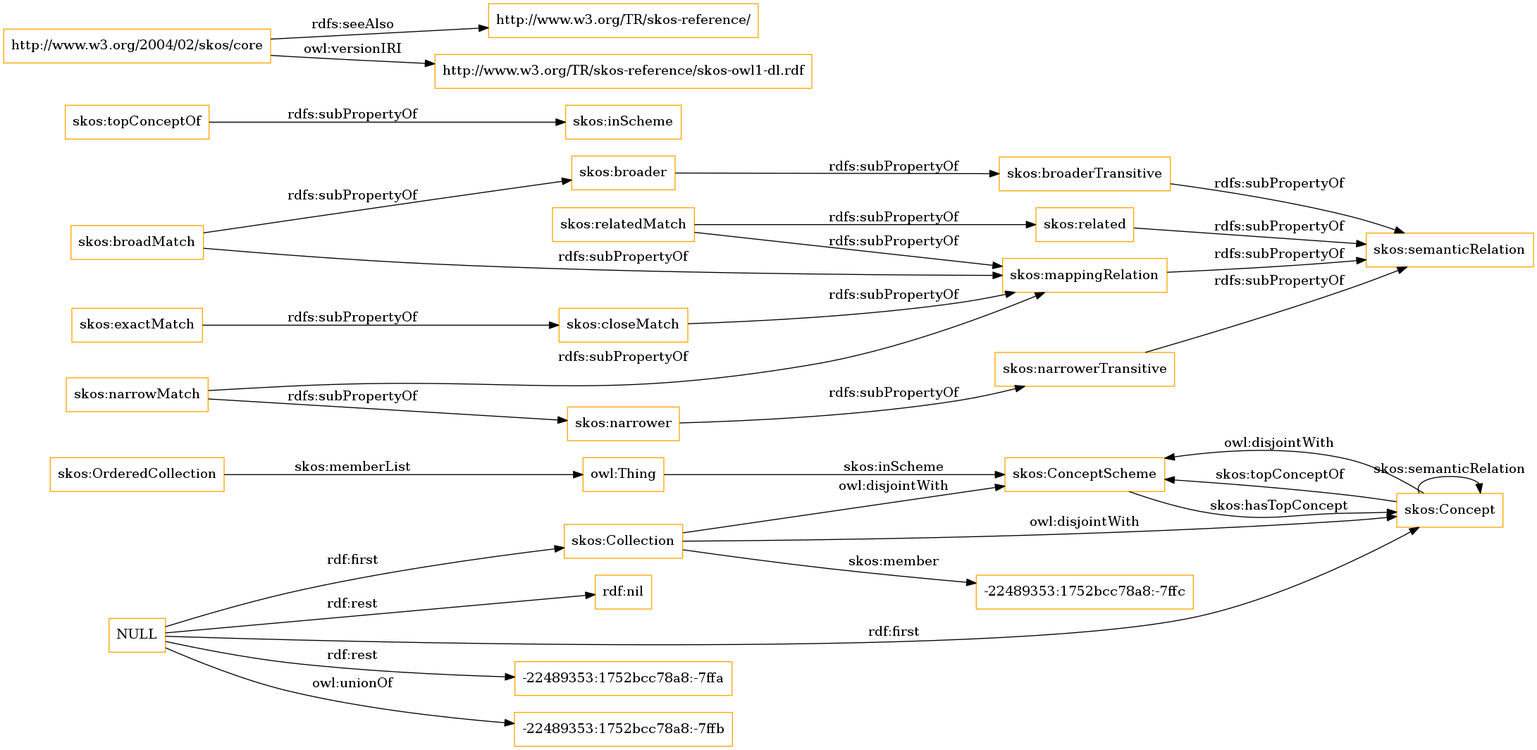
Above: OnToology/imports/skos.owl/diagrams/ar2dtool-class/skos.owl.png in OnToologyUser/core-ontology-1 (Graphviz), before the change. Its source is kept beside it as OnToology/imports/skos.owl/diagrams/ar2dtool-class/skos.owl.png.dot.
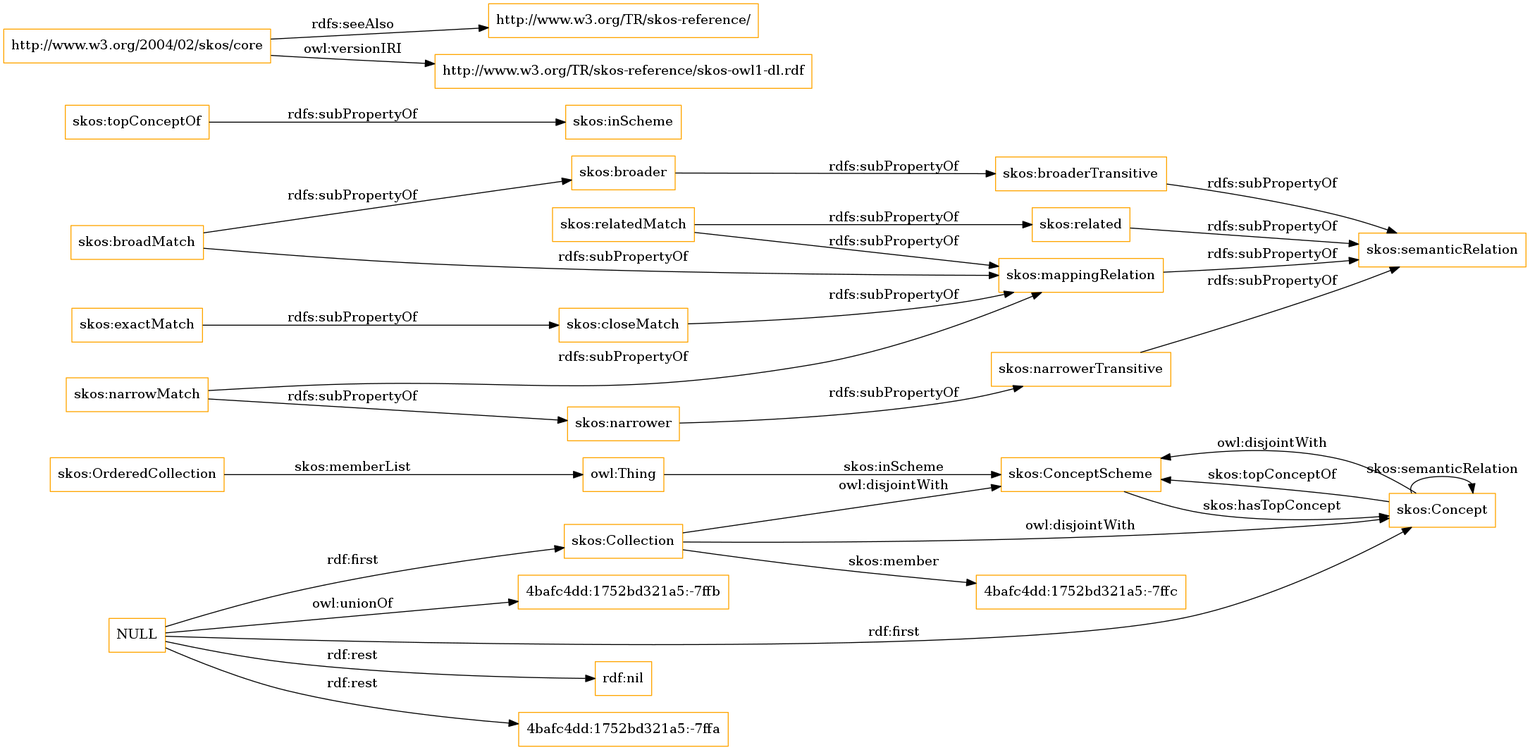
Later version of the same file.

The edit, as a diff of the source:
```diff
@@ -1,13 +1,13 @@
 digraph ar2dtool_diagram {
 rankdir=LR;
 size="1501"
-node [shape = rectangle, color="orange"]; "skos:OrderedCollection" "skos:ConceptScheme" "skos:Concept" "skos:Collection" "-22489353:1752bcc78a8:-7ffc" ; /*classes style*/
+node [shape = rectangle, color="orange"]; "skos:OrderedCollection" "skos:ConceptScheme" "skos:Concept" "skos:Collection" "4bafc4dd:1752bd321a5:-7ffc" ; /*classes style*/
 	"skos:narrowerTransitive" -> "skos:semanticRelation" [ label = "rdfs:subPropertyOf" ];
-	"NULL" -> "-22489353:1752bcc78a8:-7ffa" [ label = "rdf:rest" ];
-	"NULL" -> "skos:Collection" [ label = "rdf:first" ];
-	"NULL" -> "-22489353:1752bcc78a8:-7ffb" [ label = "owl:unionOf" ];
 	"NULL" -> "rdf:nil" [ label = "rdf:rest" ];
 	"NULL" -> "skos:Concept" [ label = "rdf:first" ];
+	"NULL" -> "4bafc4dd:1752bd321a5:-7ffa" [ label = "rdf:rest" ];
+	"NULL" -> "skos:Collection" [ label = "rdf:first" ];
+	"NULL" -> "4bafc4dd:1752bd321a5:-7ffb" [ label = "owl:unionOf" ];
 	"skos:closeMatch" -> "skos:mappingRelation" [ label = "rdfs:subPropertyOf" ];
 	"skos:Concept" -> "skos:ConceptScheme" [ label = "owl:disjointWith" ];
 	"skos:relatedMatch" -> "skos:related" [ label = "rdfs:subPropertyOf" ];
@@ -30,7 +30,7 @@
 	"skos:OrderedCollection" -> "owl:Thing" [ label = "skos:memberList" ];
 	"skos:Concept" -> "skos:ConceptScheme" [ label = "skos:topConceptOf" ];
 	"skos:Concept" -> "skos:Concept" [ label = "skos:semanticRelation" ];
-	"skos:Collection" -> "-22489353:1752bcc78a8:-7ffc" [ label = "skos:member" ];
+	"skos:Collection" -> "4bafc4dd:1752bd321a5:-7ffc" [ label = "skos:member" ];
 	"skos:ConceptScheme" -> "skos:Concept" [ label = "skos:hasTopConcept" ];
 	"owl:Thing" -> "skos:ConceptScheme" [ label = "skos:inScheme" ];
 
```
